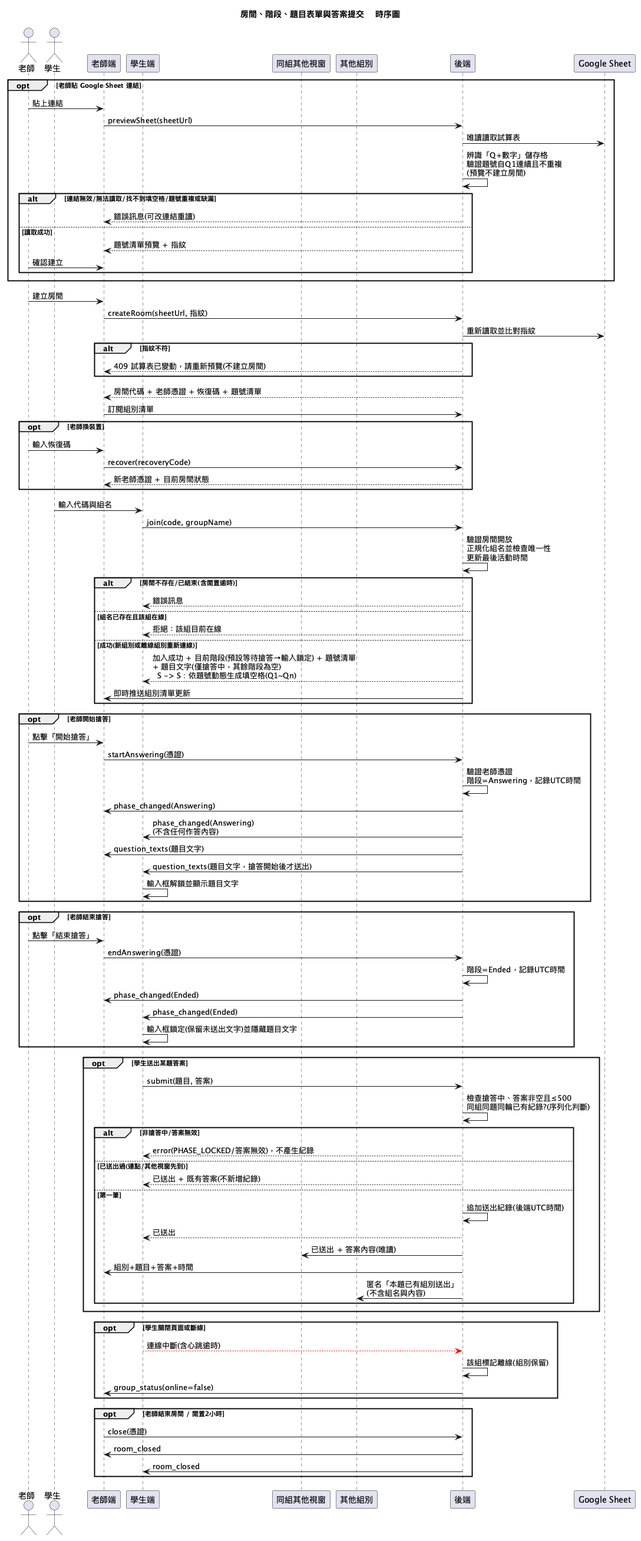
The PlantUML diagram diagrams/sequence.png in lin900822/ncu-se-final, before a commit.
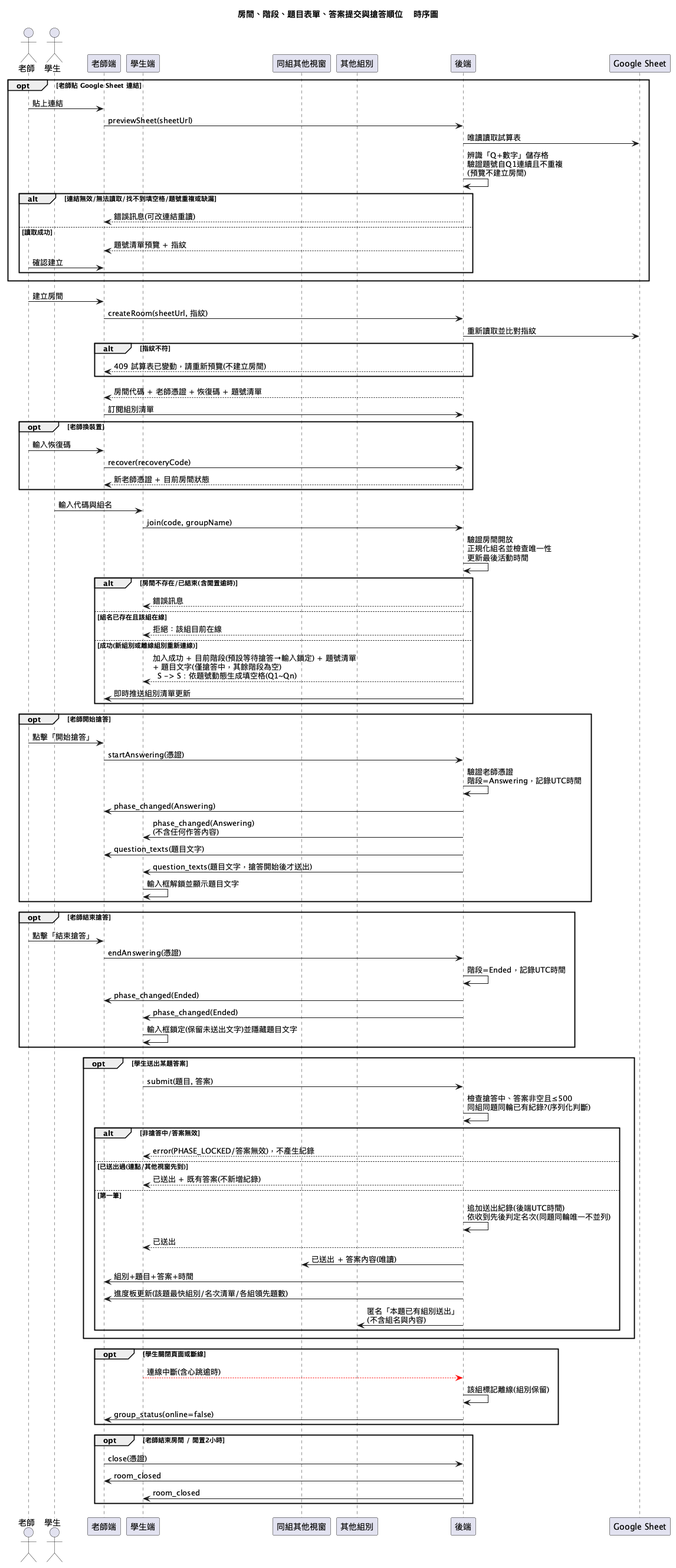
After the commit.

Change to the diagram source:
```diff
@@ -1,5 +1,5 @@
 @startuml sequence
-title 房間、階段、題目表單與答案提交 - 時序圖
+title 房間、階段、題目表單、答案提交與搶答順位 - 時序圖
 actor 老師
 actor 學生
 participant "老師端" as T
@@ -70,10 +70,11 @@
   else 已送出過(連點/其他視窗先到)
     B --> S : 已送出 + 既有答案(不新增紀錄)
   else 第一筆
-    B -> B : 追加送出紀錄(後端UTC時間)
+    B -> B : 追加送出紀錄(後端UTC時間)\n依收到先後判定名次(同題同輪唯一不並列)
     B --> S : 已送出
     B -> S2 : 已送出 + 答案內容(唯讀)
     B -> T : 組別+題目+答案+時間
+    B -> T : 進度板更新(該題最快組別/名次清單/各組領先題數)
     B -> O : 匿名「本題已有組別送出」\n(不含組名與內容)
   end
 end
```
